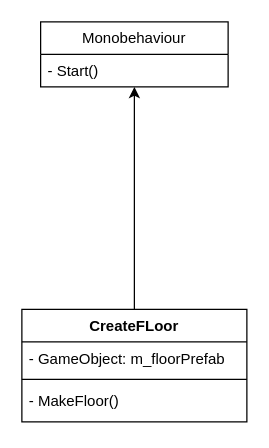
Before: Assets/Scripts/Builder Level/BuilderLevel.drawio in RuuRoger/TOGETHER, a draw.io diagram. Source tidied: cells renumbered, new cells numbered last; positions are measured from the earlier drawing's top-left corner, leaving out a move shared by most shapes. Both pictures are drawn from the tidied source at 125%, with x=0, y=0 at pixel (21, 21).
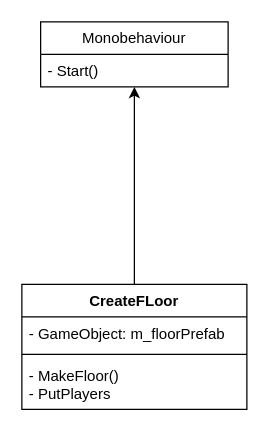
Above is the later version.

Commit message:
feat: put a new method: 'PutPlayers'

Diff of the diagram source:
```diff
@@
 <mxGraphModel>
   <root>
     <mxCell id="0" />
     <mxCell id="1" parent="0" />
     <mxCell id="2" value="Monobehaviour" style="swimlane;fontStyle=0;horizontal=1;startSize=26;fillColor=none;whiteSpace=wrap;html=1;" parent="1" vertex="1">
       <mxGeometry x="15" width="150" height="52" as="geometry" />
     </mxCell>
     <mxCell id="3" value="- Start()" style="text;strokeColor=none;fillColor=none;align=left;verticalAlign=top;spacingLeft=4;spacingRight=4;overflow=hidden;whiteSpace=wrap;html=1;" parent="2" vertex="1">
       <mxGeometry y="26" width="150" height="26" as="geometry" />
     </mxCell>
     <mxCell id="4" style="edgeStyle=none;html=1;" parent="1" edge="1" source="5" target="2">
       <mxGeometry relative="1" as="geometry" />
     </mxCell>
     <mxCell id="5" value="CreateFLoor" style="swimlane;fontStyle=1;align=center;verticalAlign=top;horizontal=1;startSize=26;whiteSpace=wrap;html=1;" parent="1" vertex="1">
-      <mxGeometry y="230" width="180" height="90" as="geometry" />
+      <mxGeometry y="210" width="180" height="100" as="geometry" />
     </mxCell>
     <mxCell id="6" value="- GameObject: m_floorPrefab" style="text;strokeColor=none;fillColor=none;align=left;verticalAlign=top;spacingLeft=4;spacingRight=4;overflow=hidden;whiteSpace=wrap;html=1;" parent="5" vertex="1">
       <mxGeometry y="26" width="180" height="26" as="geometry" />
     </mxCell>
     <mxCell id="7" style="line;strokeWidth=1;fillColor=none;align=left;verticalAlign=middle;spacingTop=-1;spacingLeft=3;spacingRight=3;labelPosition=right;strokeColor=inherit;" parent="5" vertex="1">
       <mxGeometry y="52" width="180" height="8" as="geometry" />
     </mxCell>
-    <mxCell id="8" value="- MakeFloor()" style="text;strokeColor=none;fillColor=none;align=left;verticalAlign=top;spacingLeft=4;spacingRight=4;overflow=hidden;whiteSpace=wrap;html=1;" parent="5" vertex="1">
-      <mxGeometry y="60" width="180" height="30" as="geometry" />
+    <mxCell id="8" value="- MakeFloor()&lt;div&gt;- PutPlayers&lt;/div&gt;" style="text;strokeColor=none;fillColor=none;align=left;verticalAlign=top;spacingLeft=4;spacingRight=4;overflow=hidden;whiteSpace=wrap;html=1;" parent="5" vertex="1">
+      <mxGeometry y="60" width="180" height="40" as="geometry" />
     </mxCell>
   </root>
 </mxGraphModel>
```
